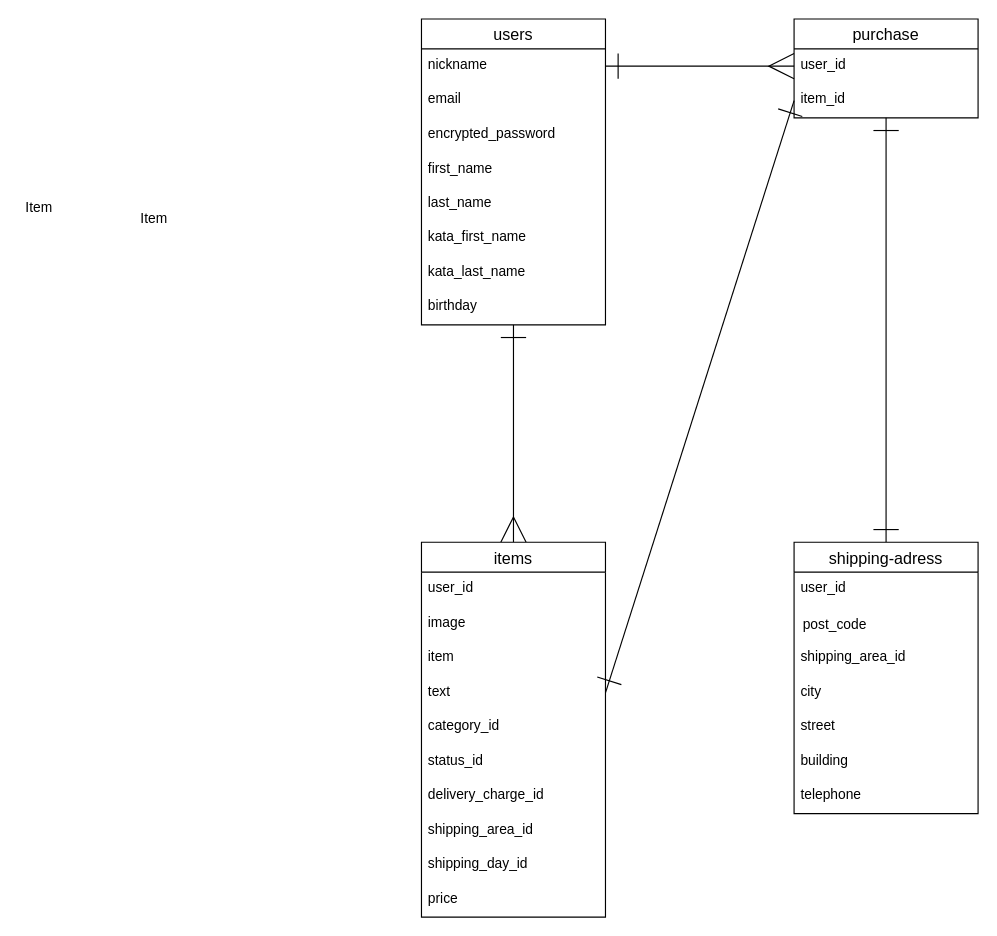
Above: page "ページ1" (1 of 2) of test.dio in hiroya-takatsuchi/furima-39964 (draw.io), before the change. Source tidied: cells renumbered, new cells numbered last; positions are measured from the earlier drawing's top-left corner, leaving out a move shared by most shapes. Both pictures are drawn from the tidied source at 115%, with x=0, y=0 at pixel (18, 18).
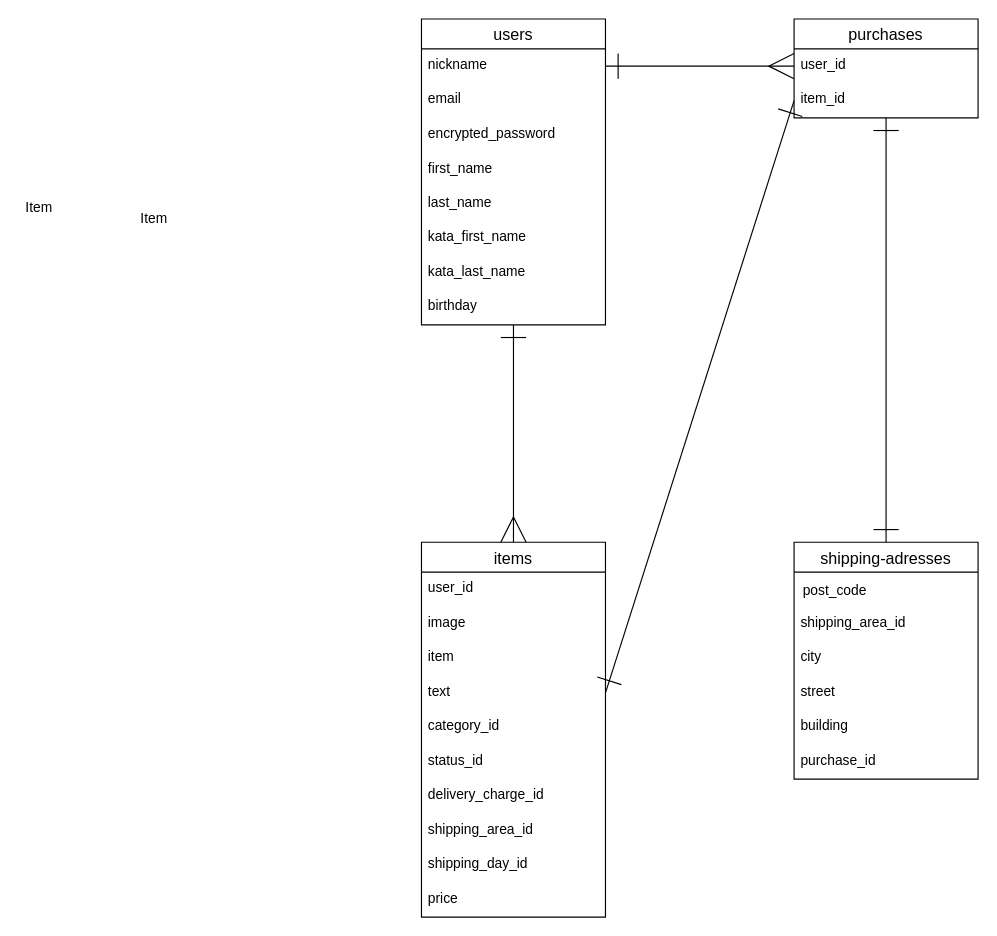
The same diagram, later.

Commit message (it also covers changes not shown here):
データベース設計の修正④

The edit, as a diff of the source:
```diff
@@
-    <mxCell id="24" value="purchase" style="swimlane;fontStyle=0;horizontal=1;startSize=26;align=center;fontSize=14;" parent="1" vertex="1">
+    <mxCell id="24" value="purchases" style="swimlane;fontStyle=0;horizontal=1;startSize=26;align=center;fontSize=14;" parent="1" vertex="1">
       <mxGeometry x="674" width="160" height="86" as="geometry" />
     </mxCell>
@@
-    <mxCell id="27" value="shipping-adress" style="swimlane;fontStyle=0;horizontal=1;startSize=26;align=center;fontSize=14;" parent="1" vertex="1">
-      <mxGeometry x="674" y="455" width="160" height="236" as="geometry" />
+    <mxCell id="27" value="shipping-adresses" style="swimlane;fontStyle=0;horizontal=1;startSize=26;align=center;fontSize=14;" parent="1" vertex="1">
+      <mxGeometry x="674" y="455" width="160" height="206" as="geometry" />
     </mxCell>
-    <mxCell id="28" value="user_id" style="text;strokeColor=none;fillColor=none;spacingLeft=4;spacingRight=4;overflow=hidden;fontSize=12;" parent="27" vertex="1">
-      <mxGeometry y="26" width="160" height="30" as="geometry" />
-    </mxCell>
     <mxCell id="29" value="post_code" style="text;strokeColor=none;fillColor=none;spacingLeft=4;spacingRight=4;overflow=hidden;fontSize=12;spacing=4;" parent="27" vertex="1">
-      <mxGeometry y="56" width="160" height="30" as="geometry" />
+      <mxGeometry y="26" width="160" height="30" as="geometry" />
     </mxCell>
     <mxCell id="30" value="shipping_area_id" style="text;strokeColor=none;fillColor=none;spacingLeft=4;spacingRight=4;overflow=hidden;fontSize=12;" parent="27" vertex="1">
-      <mxGeometry y="86" width="160" height="30" as="geometry" />
+      <mxGeometry y="56" width="160" height="30" as="geometry" />
     </mxCell>
     <mxCell id="31" value="city" style="text;strokeColor=none;fillColor=none;spacingLeft=4;spacingRight=4;overflow=hidden;fontSize=12;" parent="27" vertex="1">
-      <mxGeometry y="116" width="160" height="30" as="geometry" />
+      <mxGeometry y="86" width="160" height="30" as="geometry" />
     </mxCell>
     <mxCell id="32" value="street" style="text;strokeColor=none;fillColor=none;spacingLeft=4;spacingRight=4;overflow=hidden;fontSize=12;" parent="27" vertex="1">
-      <mxGeometry y="146" width="160" height="30" as="geometry" />
+      <mxGeometry y="116" width="160" height="30" as="geometry" />
     </mxCell>
     <mxCell id="33" value="building" style="text;strokeColor=none;fillColor=none;spacingLeft=4;spacingRight=4;overflow=hidden;fontSize=12;" parent="27" vertex="1">
-      <mxGeometry y="176" width="160" height="30" as="geometry" />
+      <mxGeometry y="146" width="160" height="30" as="geometry" />
     </mxCell>
-    <mxCell id="34" value="telephone" style="text;strokeColor=none;fillColor=none;spacingLeft=4;spacingRight=4;overflow=hidden;fontSize=12;" parent="27" vertex="1">
-      <mxGeometry y="206" width="160" height="30" as="geometry" />
+    <mxCell id="34" value="purchase_id" style="text;strokeColor=none;fillColor=none;spacingLeft=4;spacingRight=4;overflow=hidden;fontSize=12;" parent="27" vertex="1">
+      <mxGeometry y="176" width="160" height="30" as="geometry" />
     </mxCell>
```
